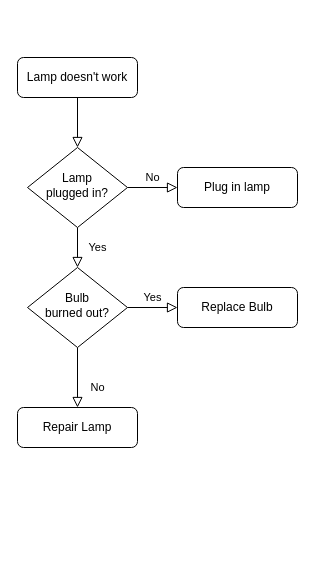
The draw.io diagram Untitled Diagram.drawio in ujjwalkran/TextUtils, before the edit. Source tidied: cells renumbered, new cells numbered last; positions are measured from the earlier drawing's top-left corner, leaving out a move shared by most shapes. Both pictures are drawn from the tidied source at 100%, with x=0, y=0 at pixel (17, 57).
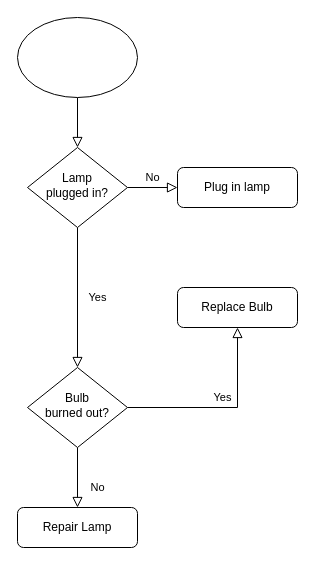
The same diagram, later.

Change to the diagram source:
```diff
@@
 <mxGraphModel>
   <root>
     <mxCell id="0" />
     <mxCell id="1" parent="0" />
-    <mxCell id="2" style="rounded=0;html=1;jettySize=auto;fontSize=11;endArrow=block;endFill=0;endSize=8;strokeWidth=1;shadow=0;labelBackgroundColor=none;edgeStyle=orthogonalEdgeStyle;" parent="1" edge="1" source="3" target="6">
+    <mxCell id="2" style="rounded=0;html=1;jettySize=auto;fontSize=11;endArrow=block;endFill=0;endSize=8;strokeWidth=1;shadow=0;labelBackgroundColor=none;edgeStyle=orthogonalEdgeStyle;exitX=0.5;exitY=1;exitDx=0;exitDy=0;" parent="1" edge="1" source="13" target="6">
       <mxGeometry relative="1" as="geometry" />
     </mxCell>
-    <mxCell id="3" value="Lamp doesn't work" style="rounded=1;whiteSpace=wrap;html=1;fontSize=12;glass=0;strokeWidth=1;shadow=0;" parent="1" vertex="1">
-      <mxGeometry width="120" height="40" as="geometry" />
-    </mxCell>
     <mxCell id="4" value="Yes" style="rounded=0;html=1;jettySize=auto;fontSize=11;endArrow=block;endFill=0;endSize=8;strokeWidth=1;shadow=0;labelBackgroundColor=none;edgeStyle=orthogonalEdgeStyle;" parent="1" edge="1" source="6" target="10">
       <mxGeometry y="20" relative="1" as="geometry" />
     </mxCell>
     <mxCell id="5" value="No" style="edgeStyle=orthogonalEdgeStyle;rounded=0;html=1;jettySize=auto;fontSize=11;endArrow=block;endFill=0;endSize=8;strokeWidth=1;shadow=0;labelBackgroundColor=none;" parent="1" edge="1" source="6" target="7">
       <mxGeometry y="10" relative="1" as="geometry" />
     </mxCell>
     <mxCell id="6" value="Lamp&lt;br&gt;plugged in?" style="rhombus;whiteSpace=wrap;html=1;shadow=0;fontFamily=Helvetica;fontSize=12;align=center;strokeWidth=1;spacing=6;spacingTop=-4;" parent="1" vertex="1">
       <mxGeometry x="10" y="90" width="100" height="80" as="geometry" />
     </mxCell>
     <mxCell id="7" value="Plug in lamp" style="rounded=1;whiteSpace=wrap;html=1;fontSize=12;glass=0;strokeWidth=1;shadow=0;" parent="1" vertex="1">
       <mxGeometry x="160" y="110" width="120" height="40" as="geometry" />
     </mxCell>
     <mxCell id="8" value="No" style="rounded=0;html=1;jettySize=auto;fontSize=11;endArrow=block;endFill=0;endSize=8;strokeWidth=1;shadow=0;labelBackgroundColor=none;edgeStyle=orthogonalEdgeStyle;" parent="1" edge="1" source="10" target="11">
       <mxGeometry x="0.33" y="20" relative="1" as="geometry" />
     </mxCell>
     <mxCell id="9" value="Yes" style="edgeStyle=orthogonalEdgeStyle;rounded=0;html=1;jettySize=auto;fontSize=11;endArrow=block;endFill=0;endSize=8;strokeWidth=1;shadow=0;labelBackgroundColor=none;" parent="1" edge="1" source="10" target="12">
       <mxGeometry y="10" relative="1" as="geometry" />
     </mxCell>
     <mxCell id="10" value="Bulb&lt;br&gt;burned out?" style="rhombus;whiteSpace=wrap;html=1;shadow=0;fontFamily=Helvetica;fontSize=12;align=center;strokeWidth=1;spacing=6;spacingTop=-4;" parent="1" vertex="1">
-      <mxGeometry x="10" y="210" width="100" height="80" as="geometry" />
+      <mxGeometry x="10" y="310" width="100" height="80" as="geometry" />
     </mxCell>
     <mxCell id="11" value="Repair Lamp" style="rounded=1;whiteSpace=wrap;html=1;fontSize=12;glass=0;strokeWidth=1;shadow=0;" parent="1" vertex="1">
-      <mxGeometry y="350" width="120" height="40" as="geometry" />
+      <mxGeometry y="450" width="120" height="40" as="geometry" />
     </mxCell>
     <mxCell id="12" value="Replace Bulb" style="rounded=1;whiteSpace=wrap;html=1;fontSize=12;glass=0;strokeWidth=1;shadow=0;" parent="1" vertex="1">
       <mxGeometry x="160" y="230" width="120" height="40" as="geometry" />
     </mxCell>
+    <mxCell id="13" style="ellipse;whiteSpace=wrap;html=1;" parent="1" vertex="1">
+      <mxGeometry y="-40" width="120" height="80" as="geometry" />
+    </mxCell>
   </root>
 </mxGraphModel>
```
